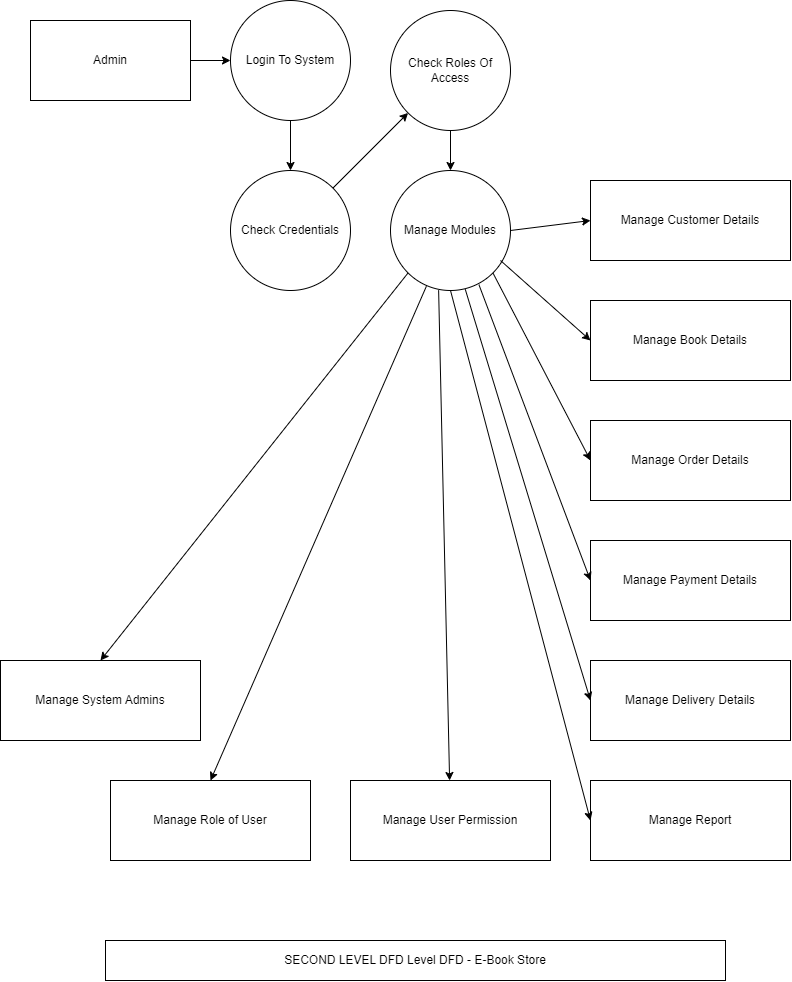
Before: Diagrams/Second Level DFD.png, a diagram exported from draw.io (prathamjc/TY-project). Source tidied: cells renumbered, new cells last; positions are measured from the earlier drawing's top-left corner, leaving out a move shared by most shapes.
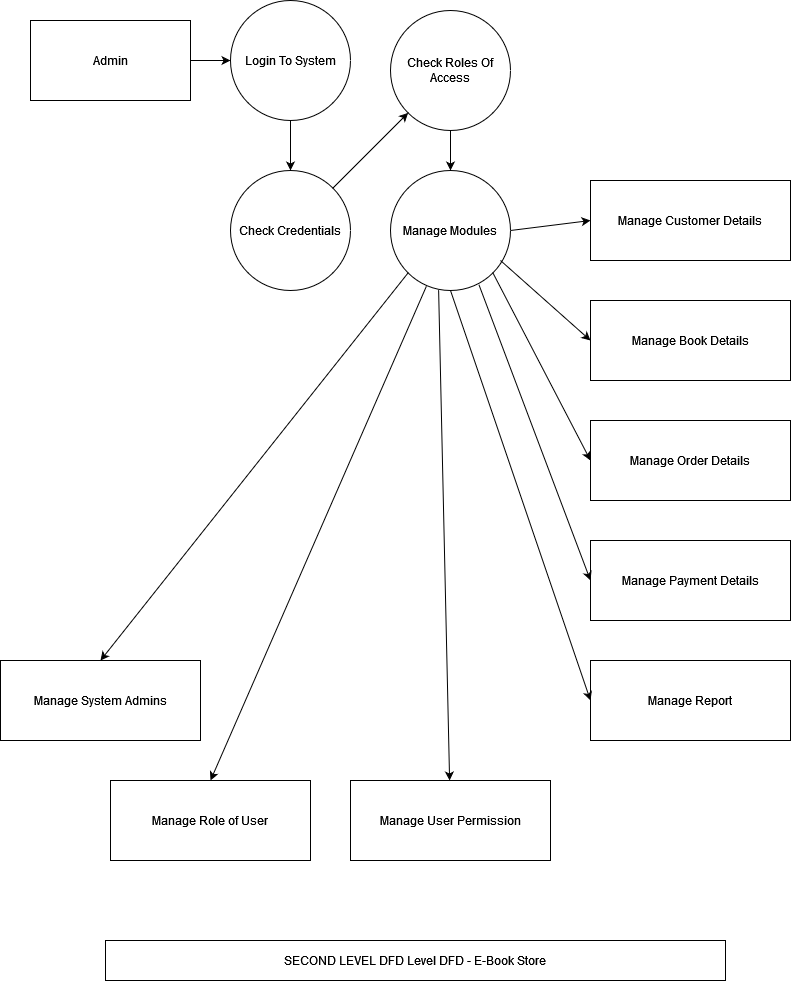
After the commit.

Diff of the diagram source:
```diff
@@ -41,11 +41,8 @@
     <mxCell id="14" value="Manage Payment Details" style="rounded=0;whiteSpace=wrap;html=1;" parent="1" vertex="1">
       <mxGeometry x="590" y="540" width="200" height="80" as="geometry" />
     </mxCell>
-    <mxCell id="15" value="Manage Delivery Details" style="rounded=0;whiteSpace=wrap;html=1;" parent="1" vertex="1">
-      <mxGeometry x="590" y="660" width="200" height="80" as="geometry" />
-    </mxCell>
     <mxCell id="16" value="Manage Report" style="rounded=0;whiteSpace=wrap;html=1;" parent="1" vertex="1">
-      <mxGeometry x="590" y="780" width="200" height="80" as="geometry" />
+      <mxGeometry x="590" y="660" width="200" height="80" as="geometry" />
     </mxCell>
     <mxCell id="17" value="Manage User Permission" style="rounded=0;whiteSpace=wrap;html=1;" parent="1" vertex="1">
       <mxGeometry x="350" y="780" width="200" height="80" as="geometry" />
@@ -72,9 +69,6 @@
         <mxPoint x="590" y="580" as="targetPoint" />
       </mxGeometry>
     </mxCell>
-    <mxCell id="24" style="endArrow=classic;html=1;rounded=0;exitX=0.623;exitY=0.99;exitDx=0;exitDy=0;exitPerimeter=0;entryX=0;entryY=0.5;entryDx=0;entryDy=0;" parent="1" edge="1" source="10" target="15">
-      <mxGeometry relative="1" as="geometry" />
-    </mxCell>
     <mxCell id="25" style="endArrow=classic;html=1;rounded=0;exitX=0.5;exitY=1;exitDx=0;exitDy=0;entryX=0;entryY=0.5;entryDx=0;entryDy=0;" parent="1" edge="1" source="10" target="16">
       <mxGeometry relative="1" as="geometry" />
     </mxCell>
```
